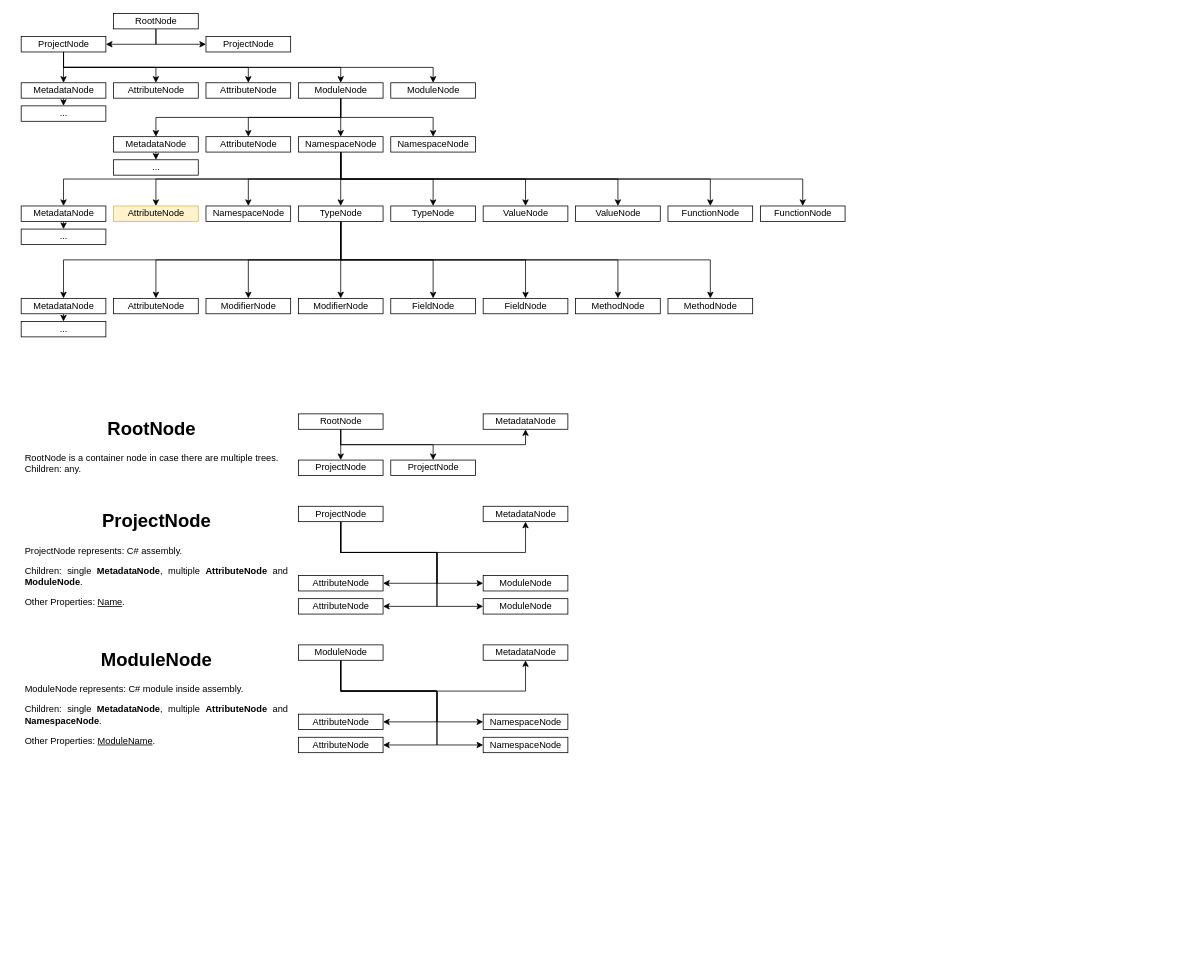
Earlier version of the draw.io diagram page "Ast Structure" (1 of 2) of docs/AstNodeStructure.drawio (Evenfall-Tech/Crosslight). Source tidied: cells renumbered, new cells numbered last; positions are measured from the earlier drawing's top-left corner, leaving out a move shared by most shapes. Both pictures are drawn from the tidied source at 77%, with x=0, y=0 at pixel (21, 13).
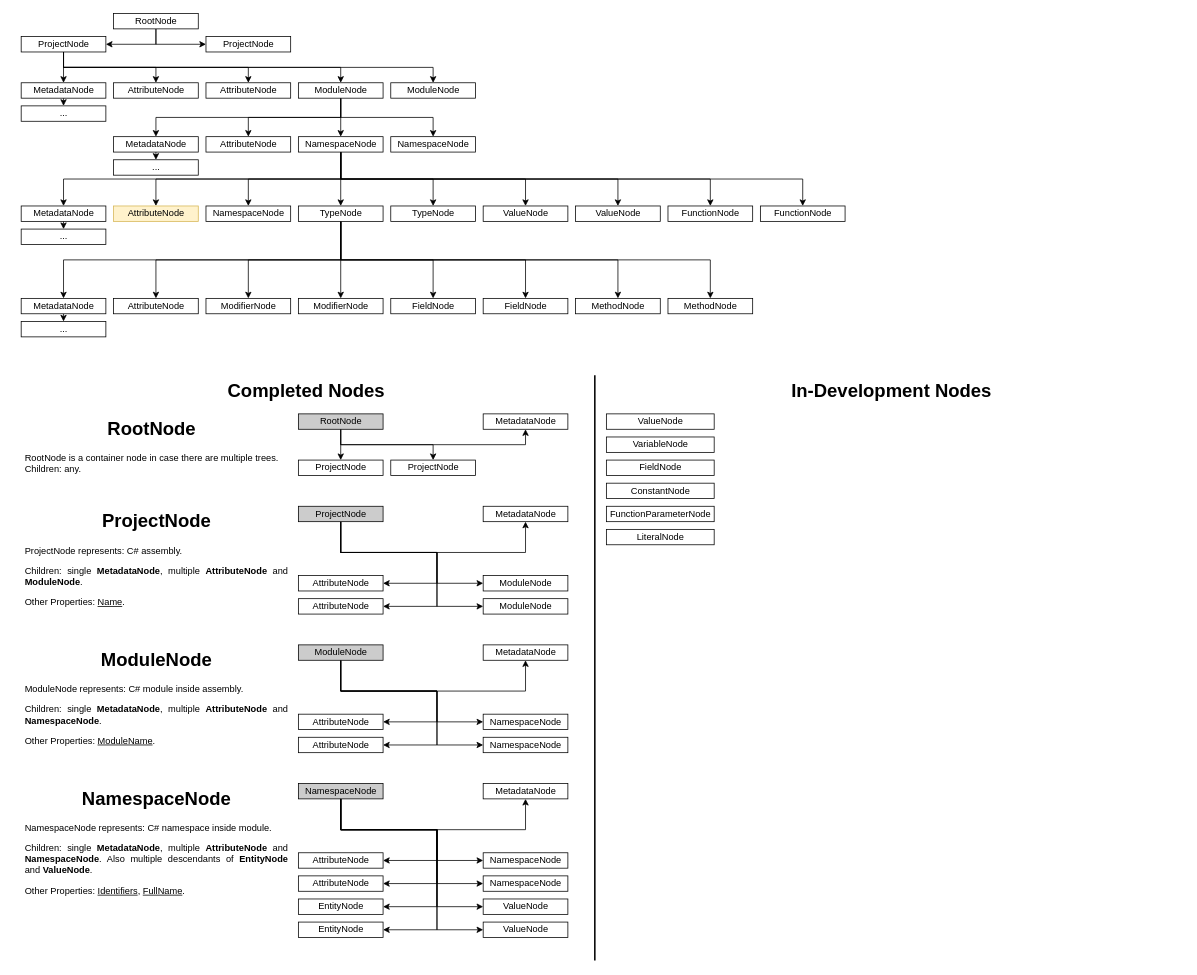
Above is the later version.

Commit message:
Added a diagram for node class inheritance. Added docs for NamespaceNode.

What changed in the source:
```diff
@@
-    <mxCell id="70" value="RootNode" style="html=1;" parent="1" vertex="1">
+    <mxCell id="70" value="RootNode" style="html=1;fillColor=#CCCCCC;" parent="1" vertex="1">
       <mxGeometry x="360" y="520" width="110" height="20" as="geometry" />
     </mxCell>
@@
-    <mxCell id="79" value="ProjectNode" style="html=1;" parent="1" vertex="1">
+    <mxCell id="79" value="ProjectNode" style="html=1;fillColor=#CCCCCC;" parent="1" vertex="1">
       <mxGeometry x="360" y="640" width="110" height="20" as="geometry" />
     </mxCell>
@@
-    <mxCell id="91" value="ModuleNode" style="html=1;" parent="1" vertex="1">
+    <mxCell id="91" value="ModuleNode" style="html=1;fillColor=#CCCCCC;" parent="1" vertex="1">
       <mxGeometry x="360" y="820" width="110" height="20" as="geometry" />
     </mxCell>
@@
+    <mxCell id="99" style="edgeStyle=orthogonalEdgeStyle;rounded=0;jettySize=auto;html=1;exitX=0.5;exitY=1;exitDx=0;exitDy=0;entryX=1;entryY=0.5;entryDx=0;entryDy=0;" parent="1" edge="1" source="107" target="109">
+      <mxGeometry relative="1" as="geometry">
+        <Array as="points">
+          <mxPoint x="415" y="1060" />
+          <mxPoint x="540" y="1060" />
+          <mxPoint x="540" y="1100" />
+        </Array>
+      </mxGeometry>
+    </mxCell>
+    <mxCell id="100" style="edgeStyle=orthogonalEdgeStyle;rounded=0;jettySize=auto;html=1;exitX=0.5;exitY=1;exitDx=0;exitDy=0;entryX=0.5;entryY=1;entryDx=0;entryDy=0;" parent="1" edge="1" source="107" target="108">
+      <mxGeometry relative="1" as="geometry">
+        <Array as="points">
+          <mxPoint x="415" y="1060" />
+          <mxPoint x="655" y="1060" />
+        </Array>
+      </mxGeometry>
+    </mxCell>
+    <mxCell id="101" style="edgeStyle=orthogonalEdgeStyle;rounded=0;jettySize=auto;html=1;exitX=0.5;exitY=1;exitDx=0;exitDy=0;entryX=1;entryY=0.5;entryDx=0;entryDy=0;" parent="1" edge="1" source="107" target="113">
+      <mxGeometry relative="1" as="geometry">
+        <Array as="points">
+          <mxPoint x="415" y="1060" />
+          <mxPoint x="540" y="1060" />
+          <mxPoint x="540" y="1130" />
+        </Array>
+      </mxGeometry>
+    </mxCell>
+    <mxCell id="102" style="edgeStyle=orthogonalEdgeStyle;rounded=0;jettySize=auto;html=1;exitX=0.5;exitY=1;exitDx=0;exitDy=0;entryX=0;entryY=0.5;entryDx=0;entryDy=0;" parent="1" edge="1" source="107" target="110">
+      <mxGeometry relative="1" as="geometry">
+        <Array as="points">
+          <mxPoint x="415" y="1060" />
+          <mxPoint x="540" y="1060" />
+          <mxPoint x="540" y="1100" />
+        </Array>
+      </mxGeometry>
+    </mxCell>
+    <mxCell id="103" style="edgeStyle=orthogonalEdgeStyle;rounded=0;jettySize=auto;html=1;exitX=0.5;exitY=1;exitDx=0;exitDy=0;entryX=0;entryY=0.5;entryDx=0;entryDy=0;" parent="1" edge="1" source="107" target="112">
+      <mxGeometry relative="1" as="geometry">
+        <Array as="points">
+          <mxPoint x="415" y="1060" />
+          <mxPoint x="540" y="1060" />
+          <mxPoint x="540" y="1130" />
+        </Array>
+      </mxGeometry>
+    </mxCell>
+    <mxCell id="104" style="edgeStyle=orthogonalEdgeStyle;rounded=0;jettySize=auto;html=1;exitX=0.5;exitY=1;exitDx=0;exitDy=0;endArrow=classic;endFill=1;entryX=1;entryY=0.5;entryDx=0;entryDy=0;" parent="1" edge="1" source="107" target="116">
+      <mxGeometry relative="1" as="geometry">
+        <Array as="points">
+          <mxPoint x="415" y="1060" />
+          <mxPoint x="540" y="1060" />
+          <mxPoint x="540" y="1190" />
+        </Array>
+      </mxGeometry>
+    </mxCell>
+    <mxCell id="105" style="edgeStyle=orthogonalEdgeStyle;rounded=0;jettySize=auto;html=1;exitX=0.5;exitY=1;exitDx=0;exitDy=0;entryX=0;entryY=0.5;entryDx=0;entryDy=0;endArrow=classic;endFill=1;" parent="1" edge="1" source="107" target="118">
+      <mxGeometry relative="1" as="geometry">
+        <Array as="points">
+          <mxPoint x="415" y="1060" />
+          <mxPoint x="540" y="1060" />
+          <mxPoint x="540" y="1160" />
+        </Array>
+      </mxGeometry>
+    </mxCell>
+    <mxCell id="106" style="edgeStyle=orthogonalEdgeStyle;rounded=0;jettySize=auto;html=1;exitX=0.5;exitY=1;exitDx=0;exitDy=0;entryX=0;entryY=0.5;entryDx=0;entryDy=0;endArrow=classic;endFill=1;" parent="1" edge="1" source="107" target="119">
+      <mxGeometry relative="1" as="geometry">
+        <Array as="points">
+          <mxPoint x="415" y="1060" />
+          <mxPoint x="540" y="1060" />
+          <mxPoint x="540" y="1190" />
+        </Array>
+      </mxGeometry>
+    </mxCell>
+    <mxCell id="107" value="NamespaceNode" style="html=1;fillColor=#CCCCCC;" parent="1" vertex="1">
+      <mxGeometry x="360" y="1000" width="110" height="20" as="geometry" />
+    </mxCell>
+    <mxCell id="108" value="MetadataNode" style="html=1;" parent="1" vertex="1">
+      <mxGeometry x="600" y="1000" width="110" height="20" as="geometry" />
+    </mxCell>
+    <mxCell id="109" value="AttributeNode" style="html=1;" parent="1" vertex="1">
+      <mxGeometry x="360" y="1090" width="110" height="20" as="geometry" />
+    </mxCell>
+    <mxCell id="110" value="NamespaceNode" style="html=1;" parent="1" vertex="1">
+      <mxGeometry x="600" y="1090" width="110" height="20" as="geometry" />
+    </mxCell>
+    <mxCell id="111" value="&lt;h1 style=&quot;text-align: center&quot;&gt;NamespaceNode&lt;/h1&gt;&lt;p style=&quot;text-align: justify&quot;&gt;NamespaceNode&amp;nbsp;represents: C# namespace inside module.&lt;/p&gt;&lt;p style=&quot;text-align: justify&quot;&gt;Children: single &lt;b&gt;MetadataNode&lt;/b&gt;, multiple &lt;b&gt;AttributeNode &lt;/b&gt;and &lt;b&gt;NamespaceNode&lt;/b&gt;. Also multiple descendants of &lt;b&gt;EntityNode&lt;/b&gt; and &lt;b&gt;ValueNode&lt;/b&gt;.&lt;/p&gt;&lt;p style=&quot;text-align: justify&quot;&gt;Other Properties: &lt;u&gt;Identifiers&lt;/u&gt;, &lt;u&gt;FullName&lt;/u&gt;.&lt;/p&gt;" style="text;html=1;strokeColor=none;fillColor=none;spacing=5;spacingTop=-20;whiteSpace=wrap;overflow=hidden;rounded=0;" parent="1" vertex="1">
+      <mxGeometry y="1000" width="350" height="200" as="geometry" />
+    </mxCell>
+    <mxCell id="112" value="NamespaceNode" style="html=1;" parent="1" vertex="1">
+      <mxGeometry x="600" y="1120" width="110" height="20" as="geometry" />
+    </mxCell>
+    <mxCell id="113" value="AttributeNode" style="html=1;" parent="1" vertex="1">
+      <mxGeometry x="360" y="1120" width="110" height="20" as="geometry" />
+    </mxCell>
+    <mxCell id="114" style="line;strokeWidth=2;direction=south;html=1;fillColor=#CCCCCC;" parent="1" vertex="1">
+      <mxGeometry x="740" y="470" width="10" height="760" as="geometry" />
+    </mxCell>
+    <mxCell id="115" value="EntityNode" style="html=1;" parent="1" vertex="1">
+      <mxGeometry x="360" y="1150" width="110" height="20" as="geometry" />
+    </mxCell>
+    <mxCell id="116" value="EntityNode" style="html=1;" parent="1" vertex="1">
+      <mxGeometry x="360" y="1180" width="110" height="20" as="geometry" />
+    </mxCell>
+    <mxCell id="117" style="edgeStyle=orthogonalEdgeStyle;rounded=0;jettySize=auto;html=1;exitX=0.5;exitY=1;exitDx=0;exitDy=0;entryX=1;entryY=0.5;entryDx=0;entryDy=0;" parent="1" edge="1" source="107" target="115">
+      <mxGeometry relative="1" as="geometry">
+        <Array as="points">
+          <mxPoint x="415" y="1060" />
+          <mxPoint x="540" y="1060" />
+          <mxPoint x="540" y="1160" />
+        </Array>
+      </mxGeometry>
+    </mxCell>
+    <mxCell id="118" value="ValueNode" style="html=1;" parent="1" vertex="1">
+      <mxGeometry x="600" y="1150" width="110" height="20" as="geometry" />
+    </mxCell>
+    <mxCell id="119" value="ValueNode" style="html=1;" parent="1" vertex="1">
+      <mxGeometry x="600" y="1180" width="110" height="20" as="geometry" />
+    </mxCell>
+    <mxCell id="120" value="Completed Nodes" style="text;strokeColor=none;fillColor=none;html=1;fontSize=24;fontStyle=1;verticalAlign=middle;align=center;" parent="1" vertex="1">
+      <mxGeometry x="-10" y="470" width="760" height="40" as="geometry" />
+    </mxCell>
+    <mxCell id="121" value="In-Development Nodes" style="text;strokeColor=none;fillColor=none;html=1;fontSize=24;fontStyle=1;verticalAlign=middle;align=center;" parent="1" vertex="1">
+      <mxGeometry x="750" y="470" width="760" height="40" as="geometry" />
+    </mxCell>
+    <mxCell id="122" value="ValueNode" style="html=1;" parent="1" vertex="1">
+      <mxGeometry x="760" y="520" width="140" height="20" as="geometry" />
+    </mxCell>
+    <mxCell id="123" value="VariableNode" style="html=1;" parent="1" vertex="1">
+      <mxGeometry x="760" y="550" width="140" height="20" as="geometry" />
+    </mxCell>
+    <mxCell id="124" value="FunctionParameterNode" style="html=1;" parent="1" vertex="1">
+      <mxGeometry x="760" y="640" width="140" height="20" as="geometry" />
+    </mxCell>
+    <mxCell id="125" value="ConstantNode" style="html=1;" parent="1" vertex="1">
+      <mxGeometry x="760" y="610" width="140" height="20" as="geometry" />
+    </mxCell>
+    <mxCell id="126" value="FieldNode" style="html=1;" parent="1" vertex="1">
+      <mxGeometry x="760" y="580" width="140" height="20" as="geometry" />
+    </mxCell>
+    <mxCell id="127" value="LiteralNode" style="html=1;" parent="1" vertex="1">
+      <mxGeometry x="760" y="670" width="140" height="20" as="geometry" />
+    </mxCell>
```
